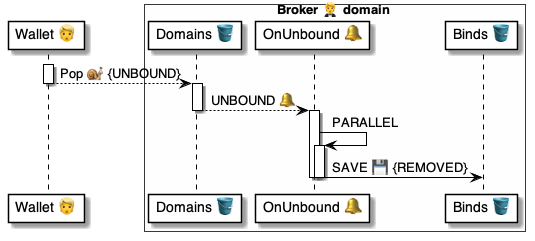
Earlier version of the PlantUML export 4 ⚙️ Solution/20 🧑‍🦰 UI/Brokers 🤵/🤵🪣 Broker tables/Domains 👥 table/🪣🧱 3 Unbound 🔔 event/🤵 OnDomainUnbound ⚙️ uml.png (pollyweb-org/pollyweb-docs). Its source is kept beside it as 4 ⚙️ Solution/20 🧑‍🦰 UI/Brokers 🤵/🤵🪣 Broker tables/Domains 👥 table/🪣🧱 3 Unbound 🔔 event/🤵 OnDomainUnbound ⚙️ uml.puml.
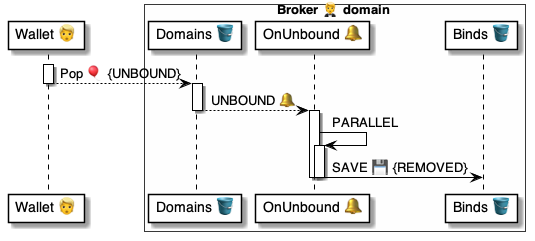
After the commit.

The edit, as a diff of the source:
```diff
@@ -8,7 +8,7 @@
 end box
 
 activate wallet
-    wallet --> domains: Pop 🐌 {UNBOUND}
+    wallet --> domains: Pop 🎈 {UNBOUND}
 deactivate wallet
 
 activate domains
```
